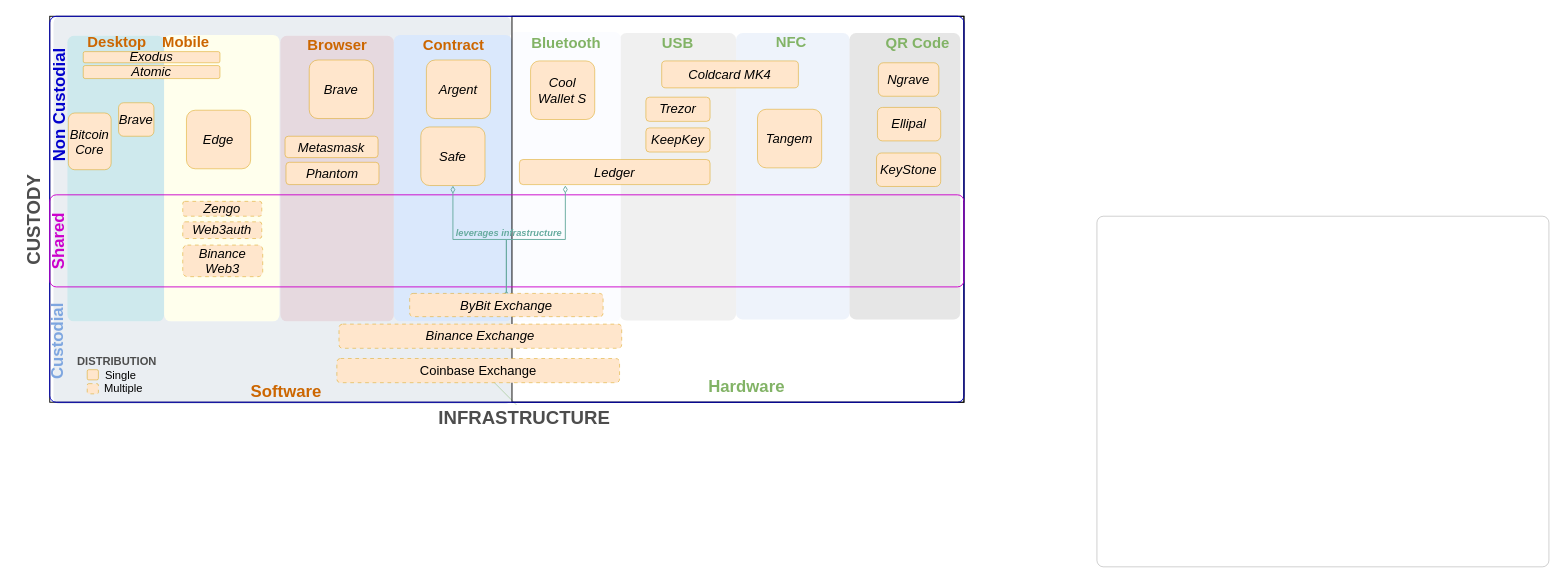
Before: assets/crypto-wallets-taxonomy.drawio.drawio in dlt-science/ai-blockchain, a draw.io diagram. Source tidied: cells renumbered, new cells numbered last; positions are measured from the earlier drawing's top-left corner, leaving out a move shared by most shapes. Both pictures are drawn from the tidied source at 93%, with x=0, y=0 at pixel (-21, 16).
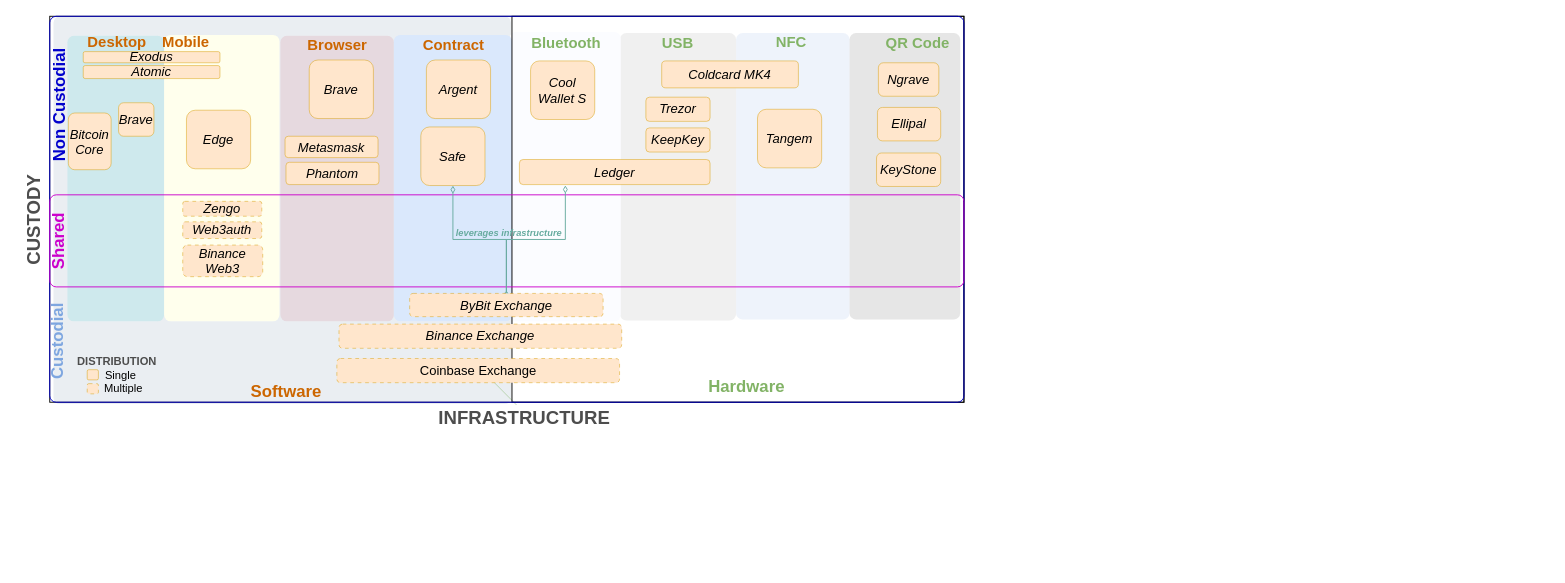
The same page after the edit.

What changed in the source:
```diff
@@
-    <mxCell id="53" style="rounded=1;whiteSpace=wrap;html=1;absoluteArcSize=1;arcSize=14;strokeWidth=0.5;rotation=0;align=right;verticalAlign=bottom;spacingBottom=0;labelBackgroundColor=none;spacing=2;spacingRight=58;opacity=40;strokeColor=default;" parent="1" vertex="1">
-      <mxGeometry x="1202" y="215" width="486" height="377" as="geometry" />
-    </mxCell>
```
